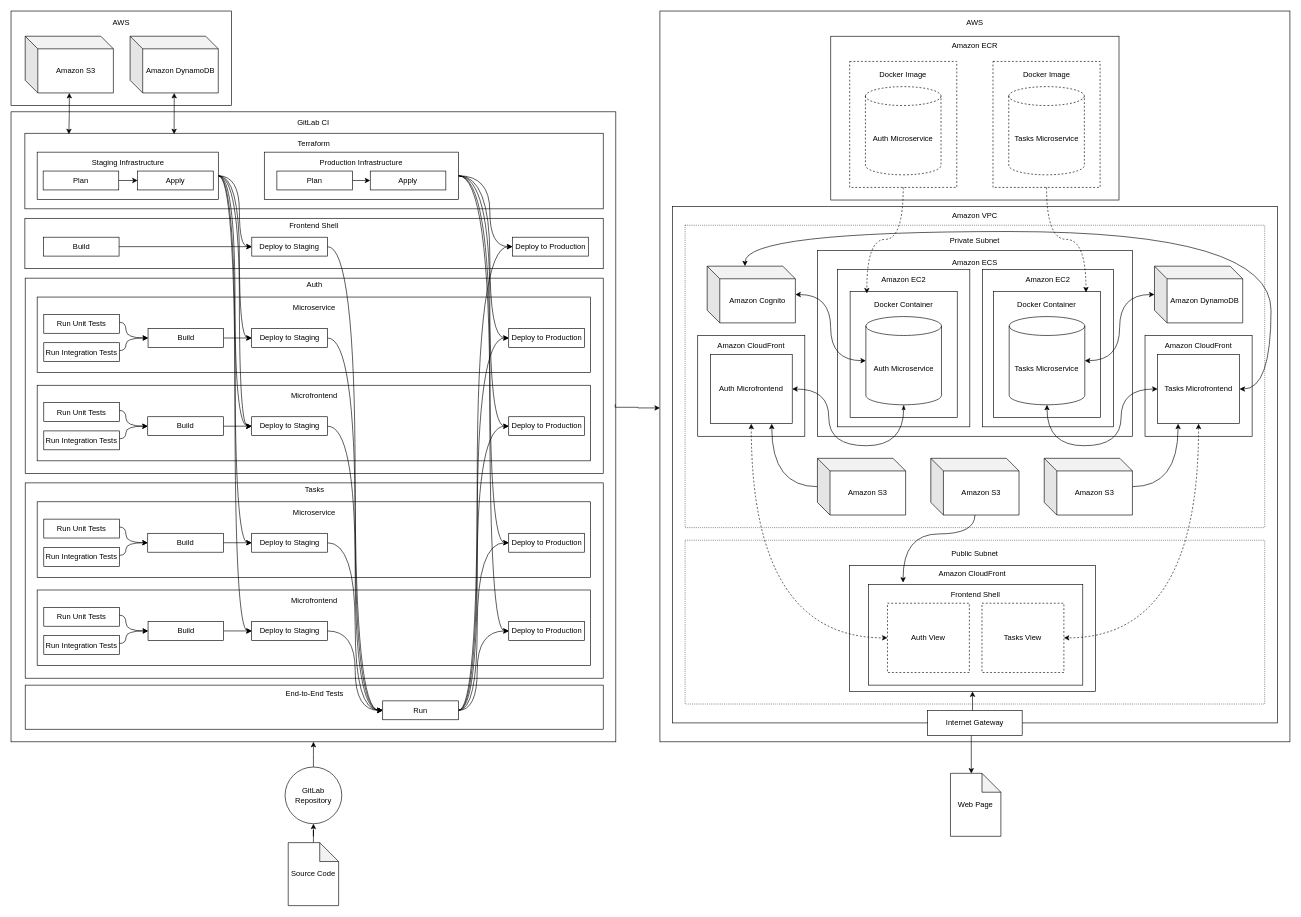
This is maps.drawio from wlnzed/mytasks, a draw.io file, before an edit. Source tidied: cells renumbered, new cells numbered last; positions are measured from the earlier drawing's top-left corner, leaving out a move shared by most shapes. Both pictures are drawn from the tidied source at 63%, with x=0, y=0 at pixel (11, 11).
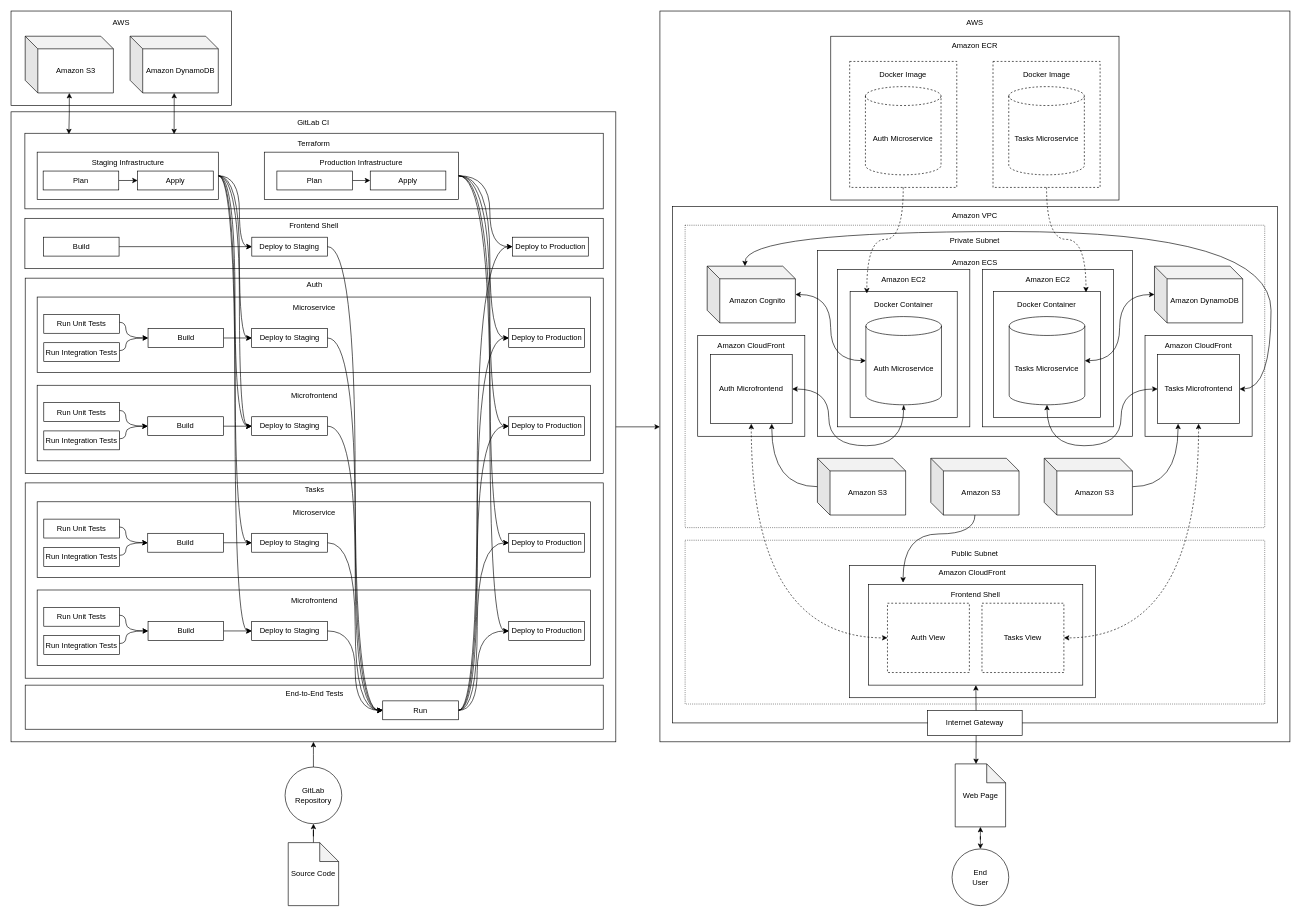
Above is the later version.

Commit message:
adjust maps elements

The change refers to these unchanged cells:
```xml
<mxCell id="3" value="GitLab CI&lt;br&gt;&lt;div&gt;&lt;br&gt;&lt;/div&gt;&lt;div&gt;&lt;br&gt;&lt;/div&gt;&lt;div&gt;&lt;br&gt;&lt;/div&gt;&lt;div&gt;&lt;br&gt;&lt;/div&gt;&lt;div&gt;&lt;br&gt;&lt;/div&gt;&lt;div&gt;&lt;br&gt;&lt;/div&gt;&lt;div&gt;&lt;br&gt;&lt;/div&gt;&lt;div&gt;&lt;br&gt;&lt;/div&gt;&lt;div&gt;&lt;br&gt;&lt;/div&gt;&lt;div&gt;&lt;br&gt;&lt;/div&gt;&lt;div&gt;&lt;br&gt;&lt;/div&gt;&lt;div&gt;&lt;br&gt;&lt;/div&gt;&lt;div&gt;&lt;br&gt;&lt;/div&gt;&lt;div&gt;&lt;br&gt;&lt;/div&gt;&lt;div&gt;&lt;br&gt;&lt;/div&gt;&lt;div&gt;&lt;br&gt;&lt;/div&gt;&lt;div&gt;&lt;br&gt;&lt;/div&gt;&lt;div&gt;&lt;br&gt;&lt;/div&gt;&lt;div&gt;&lt;br&gt;&lt;/div&gt;&lt;div&gt;&lt;br&gt;&lt;/div&gt;&lt;div&gt;&lt;br&gt;&lt;/div&gt;&lt;div&gt;&lt;br&gt;&lt;/div&gt;&lt;div&gt;&lt;br&gt;&lt;/div&gt;&lt;div&gt;&lt;br&gt;&lt;/div&gt;&lt;div&gt;&lt;br&gt;&lt;/div&gt;&lt;div&gt;&lt;br&gt;&lt;/div&gt;&lt;div&gt;&lt;br&gt;&lt;/div&gt;&lt;div&gt;&lt;br&gt;&lt;/div&gt;&lt;div&gt;&lt;br&gt;&lt;/div&gt;&lt;div&gt;&lt;br&gt;&lt;/div&gt;&lt;div&gt;&lt;br&gt;&lt;/div&gt;&lt;div&gt;&lt;br&gt;&lt;/div&gt;&lt;div&gt;&lt;br&gt;&lt;/div&gt;&lt;div&gt;&lt;br&gt;&lt;/div&gt;&lt;div&gt;&lt;br&gt;&lt;/div&gt;&lt;div&gt;&lt;br&gt;&lt;/div&gt;&lt;div&gt;&lt;br&gt;&lt;/div&gt;&lt;div&gt;&lt;br&gt;&lt;/div&gt;&lt;div&gt;&lt;br&gt;&lt;/div&gt;&lt;div&gt;&lt;br&gt;&lt;/div&gt;&lt;div&gt;&lt;br&gt;&lt;/div&gt;&lt;div&gt;&lt;br&gt;&lt;/div&gt;&lt;div&gt;&lt;br&gt;&lt;/div&gt;&lt;div&gt;&lt;br&gt;&lt;/div&gt;&lt;div&gt;&lt;br&gt;&lt;/div&gt;&lt;div&gt;&lt;br&gt;&lt;/div&gt;&lt;div&gt;&lt;br&gt;&lt;/div&gt;&lt;div&gt;&lt;br&gt;&lt;/div&gt;&lt;div&gt;&lt;br&gt;&lt;/div&gt;&lt;div&gt;&lt;br&gt;&lt;/div&gt;&lt;div&gt;&lt;br&gt;&lt;/div&gt;&lt;div&gt;&lt;br&gt;&lt;/div&gt;&lt;div&gt;&lt;br&gt;&lt;/div&gt;&lt;div&gt;&lt;br&gt;&lt;/div&gt;&lt;div&gt;&lt;br&gt;&lt;/div&gt;&lt;div&gt;&lt;br&gt;&lt;/div&gt;&lt;div&gt;&lt;br&gt;&lt;/div&gt;&lt;div&gt;&lt;br&gt;&lt;/div&gt;&lt;div&gt;&lt;br&gt;&lt;/div&gt;&lt;div&gt;&lt;br&gt;&lt;/div&gt;&lt;div&gt;&lt;br&gt;&lt;/div&gt;&lt;div&gt;&lt;br&gt;&lt;/div&gt;&lt;div&gt;&lt;br&gt;&lt;/div&gt;&lt;div&gt;&lt;br&gt;&lt;/div&gt;&lt;div&gt;&lt;br&gt;&lt;/div&gt;&lt;div&gt;&lt;br&gt;&lt;/div&gt;&lt;div&gt;&lt;br&gt;&lt;/div&gt;" style="rounded=0;whiteSpace=wrap;html=1;" parent="1" vertex="1">
  <mxGeometry y="160" width="960" height="1000" as="geometry" />
</mxCell>
<mxCell id="4" value="AWS&lt;div&gt;&lt;br&gt;&lt;/div&gt;&lt;div&gt;&lt;br&gt;&lt;/div&gt;&lt;div&gt;&lt;br&gt;&lt;/div&gt;&lt;div&gt;&lt;br&gt;&lt;/div&gt;&lt;div&gt;&lt;br&gt;&lt;/div&gt;&lt;div&gt;&lt;br&gt;&lt;/div&gt;&lt;div&gt;&lt;br&gt;&lt;/div&gt;&lt;div&gt;&lt;br&gt;&lt;/div&gt;&lt;div&gt;&lt;br&gt;&lt;/div&gt;&lt;div&gt;&lt;br&gt;&lt;/div&gt;&lt;div&gt;&lt;br&gt;&lt;/div&gt;&lt;div&gt;&lt;br&gt;&lt;/div&gt;&lt;div&gt;&lt;br&gt;&lt;/div&gt;&lt;div&gt;&lt;br&gt;&lt;/div&gt;&lt;div&gt;&lt;br&gt;&lt;/div&gt;&lt;div&gt;&lt;br&gt;&lt;/div&gt;&lt;div&gt;&lt;br&gt;&lt;/div&gt;&lt;div&gt;&lt;br&gt;&lt;/div&gt;&lt;div&gt;&lt;br&gt;&lt;/div&gt;&lt;div&gt;&lt;br&gt;&lt;/div&gt;&lt;div&gt;&lt;br&gt;&lt;/div&gt;&lt;div&gt;&lt;br&gt;&lt;/div&gt;&lt;div&gt;&lt;br&gt;&lt;/div&gt;&lt;div&gt;&lt;br&gt;&lt;/div&gt;&lt;div&gt;&lt;br&gt;&lt;/div&gt;&lt;div&gt;&lt;br&gt;&lt;/div&gt;&lt;div&gt;&lt;br&gt;&lt;/div&gt;&lt;div&gt;&lt;br&gt;&lt;/div&gt;&lt;div&gt;&lt;br&gt;&lt;/div&gt;&lt;div&gt;&lt;br&gt;&lt;/div&gt;&lt;div&gt;&lt;br&gt;&lt;/div&gt;&lt;div&gt;&lt;br&gt;&lt;/div&gt;&lt;div&gt;&lt;br&gt;&lt;/div&gt;&lt;div&gt;&lt;br&gt;&lt;/div&gt;&lt;div&gt;&lt;br&gt;&lt;/div&gt;&lt;div&gt;&lt;br&gt;&lt;/div&gt;&lt;div&gt;&lt;br&gt;&lt;/div&gt;&lt;div&gt;&lt;br&gt;&lt;/div&gt;&lt;div&gt;&lt;br&gt;&lt;/div&gt;&lt;div&gt;&lt;br&gt;&lt;/div&gt;&lt;div&gt;&lt;br&gt;&lt;/div&gt;&lt;div&gt;&lt;br&gt;&lt;/div&gt;&lt;div&gt;&lt;br&gt;&lt;/div&gt;&lt;div&gt;&lt;br&gt;&lt;/div&gt;&lt;div&gt;&lt;br&gt;&lt;/div&gt;&lt;div&gt;&lt;br&gt;&lt;/div&gt;&lt;div&gt;&lt;br&gt;&lt;/div&gt;&lt;div&gt;&lt;br&gt;&lt;/div&gt;&lt;div&gt;&lt;br&gt;&lt;/div&gt;&lt;div&gt;&lt;br&gt;&lt;/div&gt;&lt;div&gt;&lt;br&gt;&lt;/div&gt;&lt;div&gt;&lt;br&gt;&lt;/div&gt;&lt;div&gt;&lt;br&gt;&lt;/div&gt;&lt;div&gt;&lt;br&gt;&lt;/div&gt;&lt;div&gt;&lt;br&gt;&lt;/div&gt;&lt;div&gt;&lt;br&gt;&lt;/div&gt;&lt;div&gt;&lt;br&gt;&lt;/div&gt;&lt;div&gt;&lt;br&gt;&lt;/div&gt;&lt;div&gt;&lt;br&gt;&lt;/div&gt;&lt;div&gt;&lt;br&gt;&lt;/div&gt;&lt;div&gt;&lt;br&gt;&lt;/div&gt;&lt;div&gt;&lt;br&gt;&lt;/div&gt;&lt;div&gt;&lt;br&gt;&lt;/div&gt;&lt;div&gt;&lt;br&gt;&lt;/div&gt;&lt;div&gt;&lt;br&gt;&lt;/div&gt;&lt;div&gt;&lt;br&gt;&lt;/div&gt;&lt;div&gt;&lt;br&gt;&lt;/div&gt;&lt;div&gt;&lt;br&gt;&lt;/div&gt;&lt;div&gt;&lt;br&gt;&lt;/div&gt;&lt;div&gt;&lt;br&gt;&lt;/div&gt;&lt;div&gt;&lt;br&gt;&lt;/div&gt;&lt;div&gt;&lt;br&gt;&lt;/div&gt;&lt;div&gt;&lt;br&gt;&lt;/div&gt;&lt;div&gt;&lt;br&gt;&lt;/div&gt;&lt;div&gt;&lt;br&gt;&lt;/div&gt;&lt;div&gt;&lt;br&gt;&lt;/div&gt;&lt;div&gt;&lt;br&gt;&lt;/div&gt;&lt;div&gt;&lt;br&gt;&lt;/div&gt;" style="rounded=0;whiteSpace=wrap;html=1;" parent="1" vertex="1">
  <mxGeometry x="1030" width="1000" height="1160" as="geometry" />
</mxCell>
```

The edit, as a diff of the source:
```diff
@@
+    <mxCell id="132" style="edgeStyle=orthogonalEdgeStyle;rounded=0;jettySize=auto;html=1;entryX=0.5;entryY=0;entryDx=0;entryDy=0;startArrow=classic;startFill=1;" parent="1" edge="1" source="7" target="134">
+      <mxGeometry relative="1" as="geometry" />
+    </mxCell>
     <mxCell id="7" value="Web Page" style="shape=note;whiteSpace=wrap;html=1;backgroundOutline=1;darkOpacity=0.05;" parent="1" vertex="1">
-      <mxGeometry x="1491.2" y="1210" width="80" height="100" as="geometry" />
+      <mxGeometry x="1498.7" y="1195" width="80" height="100" as="geometry" />
     </mxCell>
@@
-    <mxCell id="16" value="Amazon CloudFront&lt;div&gt;&lt;br&gt;&lt;/div&gt;&lt;div&gt;&lt;br&gt;&lt;/div&gt;&lt;div&gt;&lt;br&gt;&lt;/div&gt;&lt;div&gt;&lt;br&gt;&lt;/div&gt;&lt;div&gt;&lt;br&gt;&lt;/div&gt;&lt;div&gt;&lt;br&gt;&lt;/div&gt;&lt;div&gt;&lt;br&gt;&lt;/div&gt;&lt;div&gt;&lt;br&gt;&lt;/div&gt;&lt;div&gt;&lt;br&gt;&lt;/div&gt;&lt;div&gt;&lt;br&gt;&lt;/div&gt;&lt;div&gt;&lt;br&gt;&lt;/div&gt;&lt;div&gt;&lt;br&gt;&lt;/div&gt;" style="rounded=0;whiteSpace=wrap;html=1;" parent="1" vertex="1">
-      <mxGeometry x="1331.2" y="880" width="390" height="200" as="geometry" />
+    <mxCell id="16" value="Amazon CloudFront&lt;div&gt;&lt;br&gt;&lt;/div&gt;&lt;div&gt;&lt;br&gt;&lt;/div&gt;&lt;div&gt;&lt;br&gt;&lt;/div&gt;&lt;div&gt;&lt;br&gt;&lt;/div&gt;&lt;div&gt;&lt;br&gt;&lt;/div&gt;&lt;div&gt;&lt;br&gt;&lt;/div&gt;&lt;div&gt;&lt;br&gt;&lt;/div&gt;&lt;div&gt;&lt;br&gt;&lt;/div&gt;&lt;div&gt;&lt;br&gt;&lt;/div&gt;&lt;div&gt;&lt;br&gt;&lt;/div&gt;&lt;div&gt;&lt;br&gt;&lt;/div&gt;&lt;div&gt;&lt;br&gt;&lt;/div&gt;&lt;div&gt;&lt;br&gt;&lt;/div&gt;" style="rounded=0;whiteSpace=wrap;html=1;" parent="1" vertex="1">
+      <mxGeometry x="1331.2" y="880" width="390" height="210" as="geometry" />
     </mxCell>
@@
-    <mxCell id="21" style="edgeStyle=orthogonalEdgeStyle;rounded=0;jettySize=auto;html=1;entryX=0.413;entryY=0.003;entryDx=0;entryDy=0;entryPerimeter=0;startArrow=classic;startFill=1;" parent="1" edge="1" source="16" target="7">
-      <mxGeometry relative="1" as="geometry" />
+    <mxCell id="21" style="edgeStyle=orthogonalEdgeStyle;rounded=0;jettySize=auto;html=1;entryX=0.413;entryY=0.003;entryDx=0;entryDy=0;entryPerimeter=0;startArrow=classic;startFill=1;exitX=0.481;exitY=1.009;exitDx=0;exitDy=0;exitPerimeter=0;" parent="1" edge="1" target="7">
+      <mxGeometry relative="1" as="geometry">
+        <mxPoint x="1531.5" y="1070" as="sourcePoint" />
+      </mxGeometry>
     </mxCell>
@@
-    <mxCell id="111" style="edgeStyle=orthogonalEdgeStyle;rounded=0;jettySize=auto;html=1;exitX=0.999;exitY=0.464;exitDx=0;exitDy=0;exitPerimeter=0;" parent="1" edge="1" source="3">
-      <mxGeometry relative="1" as="geometry">
-        <mxPoint x="1030" y="630" as="targetPoint" />
-        <Array as="points">
-          <mxPoint x="995" y="629" />
-          <mxPoint x="1030" y="630" />
-        </Array>
-      </mxGeometry>
-    </mxCell>
@@
+    <mxCell id="133" style="edgeStyle=orthogonalEdgeStyle;rounded=0;jettySize=auto;html=1;entryX=0;entryY=0.569;entryDx=0;entryDy=0;entryPerimeter=0;" parent="1" edge="1" source="3" target="4">
+      <mxGeometry relative="1" as="geometry" />
+    </mxCell>
+    <mxCell id="134" value="End&lt;div&gt;User&lt;/div&gt;" style="ellipse;whiteSpace=wrap;html=1;" parent="1" vertex="1">
+      <mxGeometry x="1493.7" y="1330" width="90" height="90" as="geometry" />
+    </mxCell>
```
